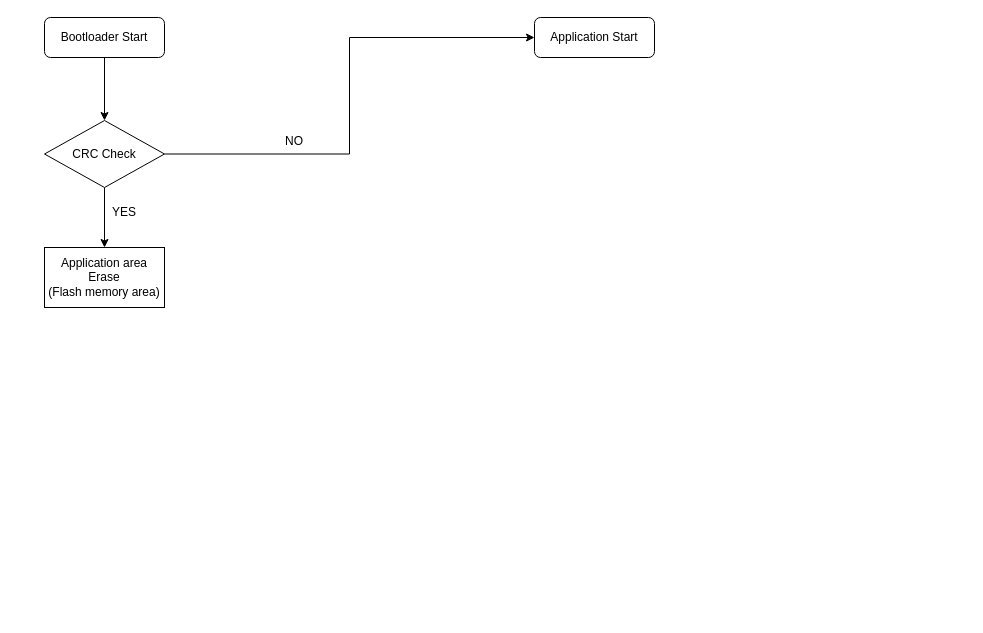
This is USB update.drawio from chaeyoonl/state-transition-diagram-test, a draw.io file, before an edit. Source tidied: cells renumbered, new cells numbered last; positions are measured from the earlier drawing's top-left corner, leaving out a move shared by most shapes. Both pictures are drawn from the tidied source at 100%, with x=0, y=0 at pixel (44, 17).
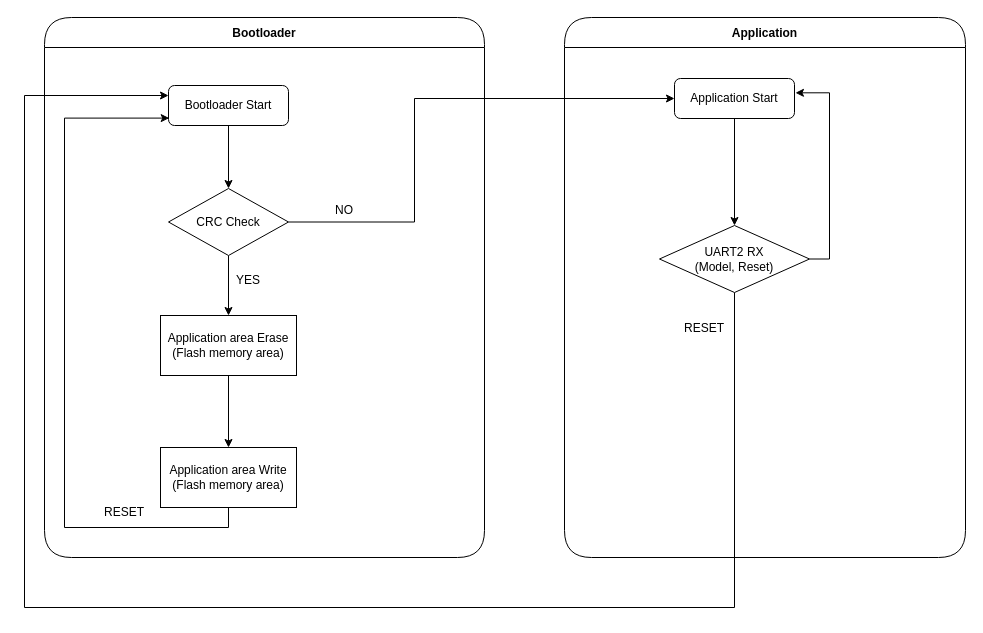
After the change.

Change to the diagram source:
```diff
@@
+    <mxCell id="11" value="Application" style="swimlane;fontStyle=1;align=center;verticalAlign=middle;horizontal=1;startSize=30;fontColor=#000000;rounded=1;arcSize=30;strokeColor=#000000;fillColor=#FFFFFF;swimlaneFillColor=#FFFFFF;" parent="1" vertex="1">
+      <mxGeometry x="520" width="401" height="540" as="geometry" />
+    </mxCell>
+    <mxCell id="12" value="Bootloader" style="swimlane;fontStyle=1;align=center;verticalAlign=middle;horizontal=1;startSize=30;fontColor=#000000;rounded=1;arcSize=30;strokeColor=#000000;fillColor=#FFFFFF;swimlaneFillColor=#FFFFFF;" parent="1" vertex="1">
+      <mxGeometry width="440" height="540" as="geometry" />
+    </mxCell>
@@
     <mxCell id="3" value="Bootloader Start" style="rounded=1;whiteSpace=wrap;html=1;fontSize=12;glass=0;strokeWidth=1;shadow=0;" parent="1" vertex="1">
-      <mxGeometry width="120" height="40" as="geometry" />
+      <mxGeometry x="124" y="68" width="120" height="40" as="geometry" />
     </mxCell>
+    <mxCell id="13" style="edgeStyle=orthogonalEdgeStyle;rounded=0;jettySize=auto;html=1;entryX=0.5;entryY=0;entryDx=0;entryDy=0;" parent="1" edge="1" source="4" target="20">
+      <mxGeometry relative="1" as="geometry" />
+    </mxCell>
     <mxCell id="4" value="Application Start" style="rounded=1;whiteSpace=wrap;html=1;fontSize=12;glass=0;strokeWidth=1;shadow=0;" parent="1" vertex="1">
-      <mxGeometry x="490" width="120" height="40" as="geometry" />
+      <mxGeometry x="630" y="61" width="120" height="40" as="geometry" />
     </mxCell>
     <mxCell id="5" style="edgeStyle=orthogonalEdgeStyle;rounded=0;jettySize=auto;html=1;exitX=1;exitY=0.5;exitDx=0;exitDy=0;entryX=0;entryY=0.5;entryDx=0;entryDy=0;" parent="1" edge="1" source="7" target="4">
-      <mxGeometry relative="1" as="geometry" />
+      <mxGeometry relative="1" as="geometry">
+        <Array as="points">
+          <mxPoint x="370" y="205" />
+          <mxPoint x="370" y="81" />
+        </Array>
+      </mxGeometry>
     </mxCell>
@@
     <mxCell id="7" value="CRC Check" style="rhombus;whiteSpace=wrap;html=1;" parent="1" vertex="1">
-      <mxGeometry y="103" width="120" height="67" as="geometry" />
+      <mxGeometry x="124" y="171" width="120" height="67" as="geometry" />
     </mxCell>
     <mxCell id="8" value="NO" style="text;html=1;strokeColor=none;fillColor=none;align=center;verticalAlign=middle;whiteSpace=wrap;rounded=0;" parent="1" vertex="1">
-      <mxGeometry x="220" y="109" width="60" height="30" as="geometry" />
+      <mxGeometry x="270" y="178" width="60" height="30" as="geometry" />
     </mxCell>
     <mxCell id="9" value="Application area Erase&lt;br&gt;(Flash memory area)" style="rounded=0;whiteSpace=wrap;html=1;" parent="1" vertex="1">
-      <mxGeometry y="230" width="120" height="60" as="geometry" />
+      <mxGeometry x="116" y="298" width="136" height="60" as="geometry" />
     </mxCell>
     <mxCell id="10" value="YES" style="text;html=1;strokeColor=none;fillColor=none;align=center;verticalAlign=middle;whiteSpace=wrap;rounded=0;" parent="1" vertex="1">
-      <mxGeometry x="50" y="180" width="60" height="30" as="geometry" />
+      <mxGeometry x="174" y="248" width="60" height="30" as="geometry" />
     </mxCell>
+    <mxCell id="14" style="edgeStyle=orthogonalEdgeStyle;rounded=0;jettySize=auto;html=1;exitX=0.5;exitY=1;exitDx=0;exitDy=0;entryX=0.5;entryY=0;entryDx=0;entryDy=0;" parent="1" edge="1" source="9" target="16">
+      <mxGeometry relative="1" as="geometry" />
+    </mxCell>
+    <mxCell id="15" style="edgeStyle=orthogonalEdgeStyle;rounded=0;jettySize=auto;html=1;exitX=0.5;exitY=1;exitDx=0;exitDy=0;entryX=0.006;entryY=0.815;entryDx=0;entryDy=0;entryPerimeter=0;" parent="1" edge="1" source="16" target="3">
+      <mxGeometry relative="1" as="geometry">
+        <Array as="points">
+          <mxPoint x="184" y="510" />
+          <mxPoint x="20" y="510" />
+          <mxPoint x="20" y="100" />
+        </Array>
+      </mxGeometry>
+    </mxCell>
+    <mxCell id="16" value="Application area Write&lt;br&gt;(Flash memory area)" style="rounded=0;whiteSpace=wrap;html=1;" parent="1" vertex="1">
+      <mxGeometry x="116" y="430" width="136" height="60" as="geometry" />
+    </mxCell>
+    <mxCell id="17" style="edgeStyle=orthogonalEdgeStyle;rounded=0;jettySize=auto;html=1;exitX=0.5;exitY=1;exitDx=0;exitDy=0;entryX=0;entryY=0.25;entryDx=0;entryDy=0;" parent="1" edge="1" source="20" target="3">
+      <mxGeometry relative="1" as="geometry">
+        <Array as="points">
+          <mxPoint x="690" y="275" />
+          <mxPoint x="690" y="590" />
+          <mxPoint x="-20" y="590" />
+          <mxPoint x="-20" y="78" />
+        </Array>
+      </mxGeometry>
+    </mxCell>
+    <mxCell id="18" value="RESET" style="text;html=1;strokeColor=none;fillColor=none;align=center;verticalAlign=middle;whiteSpace=wrap;rounded=0;" parent="1" vertex="1">
+      <mxGeometry x="50" y="480" width="60" height="30" as="geometry" />
+    </mxCell>
+    <mxCell id="19" value="RESET" style="text;html=1;strokeColor=none;fillColor=none;align=center;verticalAlign=middle;whiteSpace=wrap;rounded=0;" parent="1" vertex="1">
+      <mxGeometry x="630" y="296" width="60" height="30" as="geometry" />
+    </mxCell>
+    <mxCell id="20" value="UART2 RX&lt;br&gt;(Model, Reset)" style="rhombus;whiteSpace=wrap;html=1;" parent="1" vertex="1">
+      <mxGeometry x="615" y="208" width="150" height="67" as="geometry" />
+    </mxCell>
+    <mxCell id="21" style="edgeStyle=orthogonalEdgeStyle;rounded=0;jettySize=auto;html=1;entryX=1.008;entryY=0.358;entryDx=0;entryDy=0;exitX=1;exitY=0.5;exitDx=0;exitDy=0;entryPerimeter=0;" parent="1" edge="1" source="20" target="4">
+      <mxGeometry relative="1" as="geometry" />
+    </mxCell>
```
